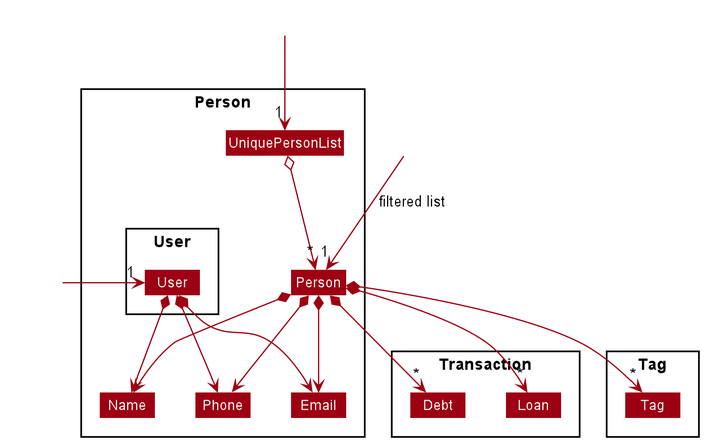
Before: docs/images/ModelPersonDiagram.png, a diagram exported from PlantUML (syinyichen/main). Its source is kept beside it as docs/diagrams/ModelPersonDiagram.puml. Its diagram source:
```plantuml
@startuml
!include style.puml
skinparam arrowThickness 1.1
skinparam arrowColor MODEL_COLOR
skinparam classBackgroundColor MODEL_COLOR

Package Person {
Class Person
Class Email
Class Name
Class Phone
Class UniquePersonList

Package User {
Class User
}
}

Package Transaction {
Class Debt
Class Loan
}

Package Tag {
Class Tag
}

Class AB #FFFFFF
Class MM #FFFFFF
Class UD #FFFFFF
AB --> "1" UniquePersonList
MM --> "1" Person  : filtered list
UD -right-> "1" User

UniquePersonList o--> "*" Person
Person *--> Name
Person *--> Phone
Person *--> Email
Person *--> "*" Debt
Person *--> "*" Loan
Person *--> "*" Tag

User *--> Name
User *--> Phone
User *--> Email

Name -[hidden]right-> Phone
Phone -[hidden]right-> Email

@enduml
```
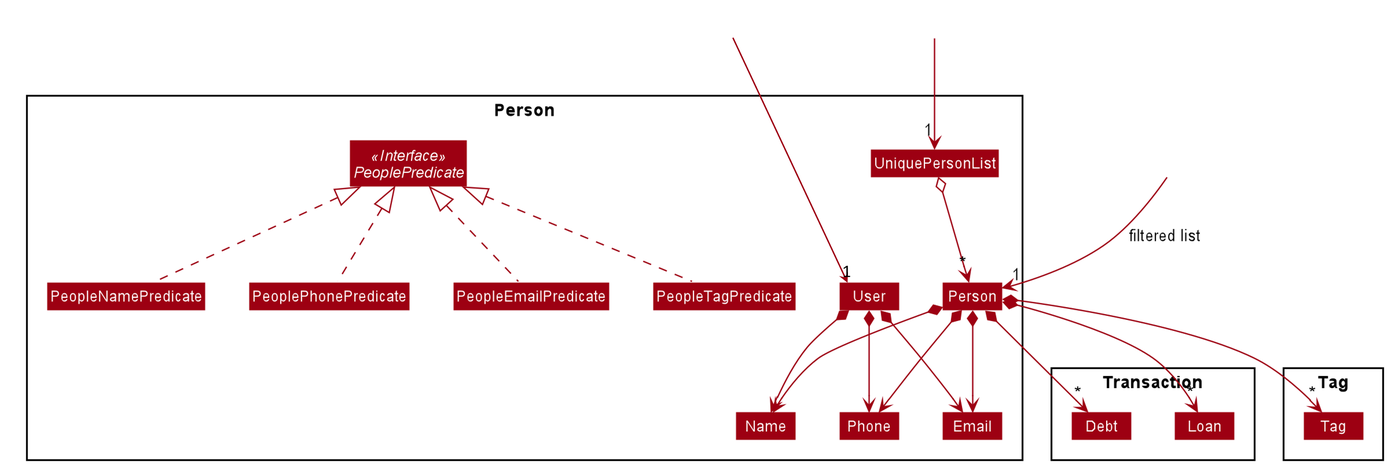
The same diagram one commit later.

What changed in the source:
```diff
@@ -10,10 +10,12 @@
 Class Name
 Class Phone
 Class UniquePersonList
-
-Package User {
+Interface PeoplePredicate <<Interface>>
+Class PeopleNamePredicate
+Class PeoplePhonePredicate
+Class PeopleEmailPredicate
+Class PeopleTagPredicate
 Class User
-}
 }
 
 Package Transaction {
@@ -30,7 +32,7 @@
 Class UD #FFFFFF
 AB --> "1" UniquePersonList
 MM --> "1" Person  : filtered list
-UD -right-> "1" User
+UD -down-> "1" User
 
 UniquePersonList o--> "*" Person
 Person *--> Name
@@ -44,6 +46,12 @@
 User *--> Phone
 User *--> Email
 
+PeopleNamePredicate .up.|> PeoplePredicate
+PeoplePhonePredicate .up.|> PeoplePredicate
+PeopleEmailPredicate .up.|> PeoplePredicate
+PeopleTagPredicate .up.|> PeoplePredicate
+
+
 Name -[hidden]right-> Phone
 Phone -[hidden]right-> Email
 
```
